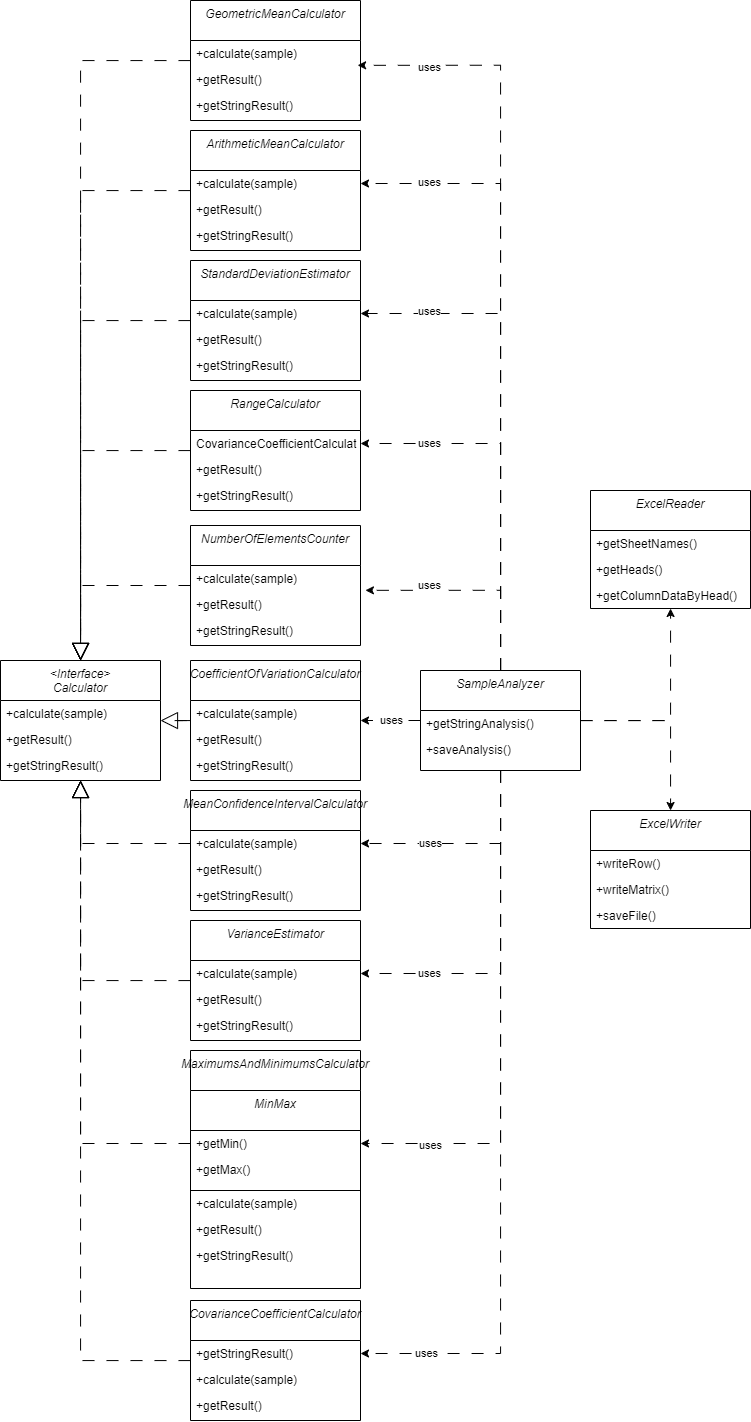
Above: files/schema.drawio.png in Heracley/SampleAnalyzer (draw.io), before the change. Source tidied: cells renumbered, new cells last; positions are measured from the earlier drawing's top-left corner, leaving out a move shared by most shapes.
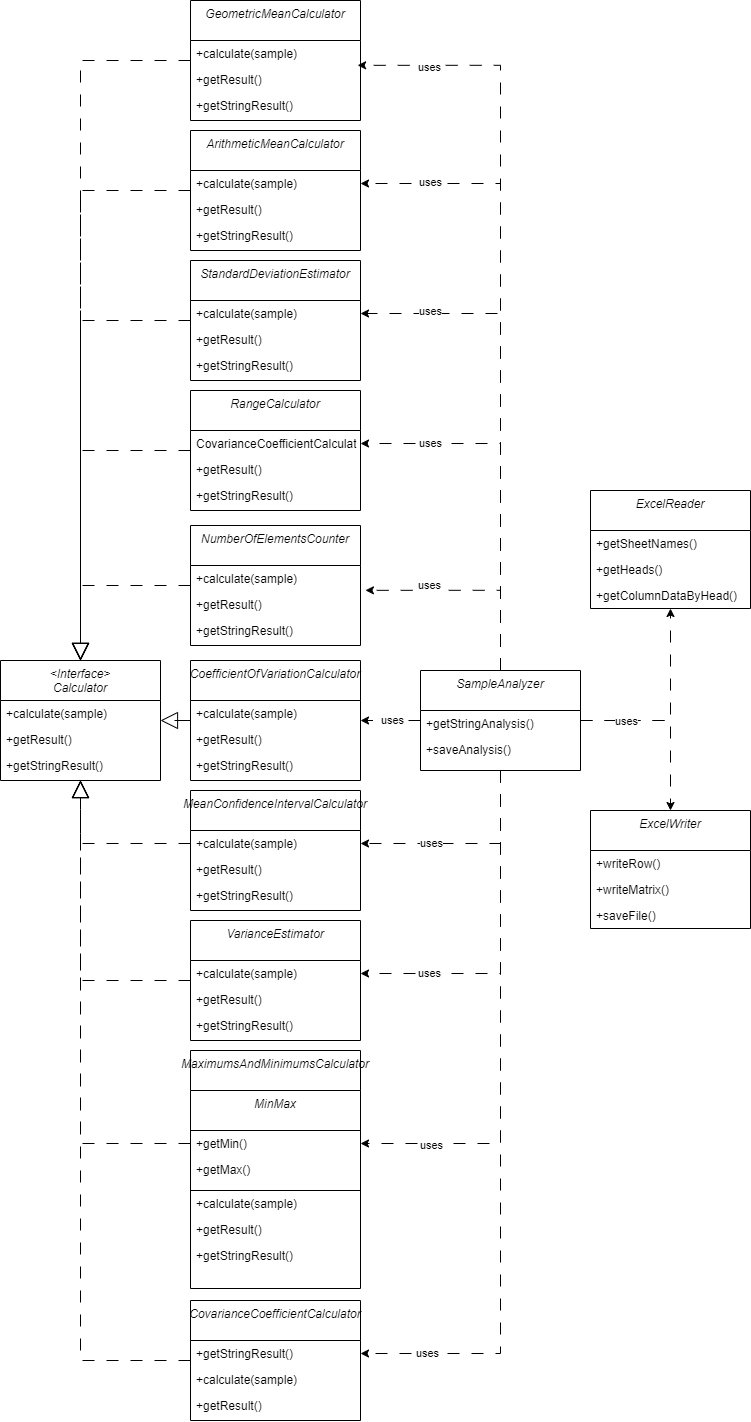
After the commit.

Diff of the diagram source:
```diff
@@ -233,6 +233,9 @@
     <mxCell id="76" style="edgeStyle=orthogonalEdgeStyle;rounded=0;jettySize=auto;html=1;endArrow=classic;endFill=1;dashed=1;dashPattern=12 12;" parent="1" edge="1" source="77" target="88">
       <mxGeometry relative="1" as="geometry" />
     </mxCell>
+    <mxCell id="92" value="uses" style="edgeLabel;html=1;align=center;verticalAlign=middle;" parent="76" vertex="1">
+      <mxGeometry x="-0.5" relative="1" as="geometry" />
+    </mxCell>
     <mxCell id="77" value="SampleAnalyzer" style="swimlane;fontStyle=2;align=center;verticalAlign=top;horizontal=1;startSize=40;rounded=0;shadow=0;strokeWidth=1;" parent="1" vertex="1">
       <mxGeometry x="420" y="670" width="160" height="100" as="geometry" />
     </mxCell>
```
